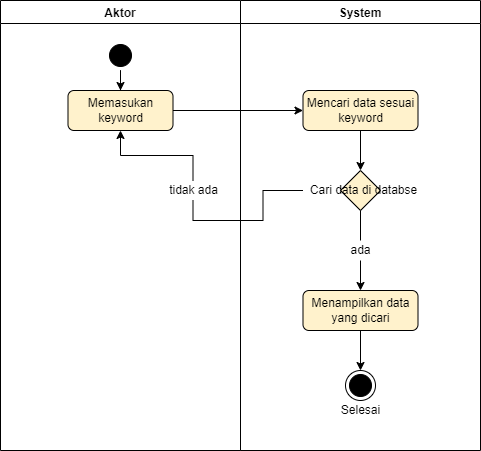
Above: Diagrams/Activity Diagram Registered/AD_RiwayatPertemuan_Search.png in Zkavolo/Classico-Project (draw.io), before the change. Source tidied: cells renumbered, new cells last; positions are measured from the earlier drawing's top-left corner, leaving out a move shared by most shapes. The source it was exported from:
```xml
<mxGraphModel>
  <root>
    <mxCell id="0" />
    <mxCell id="1" parent="0" />
    <mxCell id="2" value="Aktor" style="swimlane;" parent="1" vertex="1">
      <mxGeometry width="240" height="450" as="geometry" />
    </mxCell>
    <mxCell id="3" style="edgeStyle=orthogonalEdgeStyle;rounded=0;jettySize=auto;html=1;" parent="2" edge="1" source="4" target="5">
      <mxGeometry relative="1" as="geometry" />
    </mxCell>
    <mxCell id="4" style="ellipse;html=1;shape=startState;fillColor=#000000;strokeColor=default;" parent="2" vertex="1">
      <mxGeometry x="105" y="40" width="30" height="30" as="geometry" />
    </mxCell>
    <mxCell id="5" value="Memasukan keyword" style="rounded=1;whiteSpace=wrap;html=1;fillColor=#fff2cc;strokeColor=#000000;gradientColor=none;" parent="2" vertex="1">
      <mxGeometry x="67.5" y="90" width="105" height="40" as="geometry" />
    </mxCell>
    <mxCell id="6" value="System" style="swimlane;" parent="1" vertex="1">
      <mxGeometry x="240" width="240" height="450" as="geometry" />
    </mxCell>
    <mxCell id="7" style="edgeStyle=orthogonalEdgeStyle;rounded=0;jettySize=auto;html=1;" parent="6" edge="1" source="8" target="9">
      <mxGeometry relative="1" as="geometry" />
    </mxCell>
    <mxCell id="8" value="Mencari data sesuai keyword" style="rounded=1;whiteSpace=wrap;html=1;fillColor=#fff2cc;strokeColor=#000000;gradientColor=none;" parent="6" vertex="1">
      <mxGeometry x="62.5" y="90" width="115" height="40" as="geometry" />
    </mxCell>
    <mxCell id="9" style="rhombus;whiteSpace=wrap;html=1;fillColor=#fff2cc;strokeColor=default;" parent="6" vertex="1">
      <mxGeometry x="100" y="170" width="40" height="40" as="geometry" />
    </mxCell>
    <mxCell id="10" style="edgeStyle=orthogonalEdgeStyle;rounded=0;jettySize=auto;html=1;startArrow=none;" parent="6" edge="1" source="14" target="13">
      <mxGeometry relative="1" as="geometry" />
    </mxCell>
    <mxCell id="11" value="Cari data di databse" style="text;html=1;align=center;verticalAlign=middle;points=[];strokeColor=none;fillColor=none;" parent="6" vertex="1">
      <mxGeometry x="62.5" y="180" width="120" height="20" as="geometry" />
    </mxCell>
    <mxCell id="12" style="edgeStyle=orthogonalEdgeStyle;rounded=0;jettySize=auto;html=1;entryX=0.5;entryY=0;entryDx=0;entryDy=0;" parent="6" edge="1" source="13" target="16">
      <mxGeometry relative="1" as="geometry" />
    </mxCell>
    <mxCell id="13" value="Menampilkan data yang dicari" style="rounded=1;whiteSpace=wrap;html=1;fillColor=#fff2cc;strokeColor=#000000;gradientColor=none;" parent="6" vertex="1">
      <mxGeometry x="62.5" y="290" width="115" height="40" as="geometry" />
    </mxCell>
    <mxCell id="14" value="ada" style="text;html=1;align=center;verticalAlign=middle;points=[];strokeColor=none;fillColor=none;" parent="6" vertex="1">
      <mxGeometry x="100" y="240" width="40" height="20" as="geometry" />
    </mxCell>
    <mxCell id="15" style="edgeStyle=orthogonalEdgeStyle;rounded=0;jettySize=auto;html=1;endArrow=none;exitX=0.5;exitY=1;exitDx=0;exitDy=0;" parent="6" edge="1" source="9" target="14">
      <mxGeometry relative="1" as="geometry" />
    </mxCell>
    <mxCell id="16" style="ellipse;html=1;shape=endState;fillColor=#000000;strokeColor=default;" parent="6" vertex="1">
      <mxGeometry x="105" y="370" width="30" height="30" as="geometry" />
    </mxCell>
    <mxCell id="17" value="Selesai" style="text;html=1;align=center;verticalAlign=middle;strokeColor=none;fillColor=none;" parent="6" vertex="1">
      <mxGeometry x="95" y="400" width="50" height="20" as="geometry" />
    </mxCell>
    <mxCell id="18" style="edgeStyle=orthogonalEdgeStyle;rounded=0;jettySize=auto;html=1;" parent="1" edge="1" source="5" target="8">
      <mxGeometry relative="1" as="geometry" />
    </mxCell>
    <mxCell id="19" style="edgeStyle=orthogonalEdgeStyle;rounded=0;jettySize=auto;html=1;entryX=0.5;entryY=1;entryDx=0;entryDy=0;startArrow=none;" parent="1" edge="1" source="20" target="5">
      <mxGeometry relative="1" as="geometry" />
    </mxCell>
    <mxCell id="20" value="tidak ada" style="text;html=1;align=center;verticalAlign=middle;points=[];strokeColor=none;fillColor=none;" parent="1" vertex="1">
      <mxGeometry x="162.5" y="180" width="60" height="20" as="geometry" />
    </mxCell>
    <mxCell id="21" style="edgeStyle=orthogonalEdgeStyle;rounded=0;jettySize=auto;html=1;entryX=0.5;entryY=1;entryDx=0;entryDy=0;endArrow=none;" parent="1" edge="1" source="11" target="20">
      <mxGeometry relative="1" as="geometry" />
    </mxCell>
  </root>
</mxGraphModel>
```
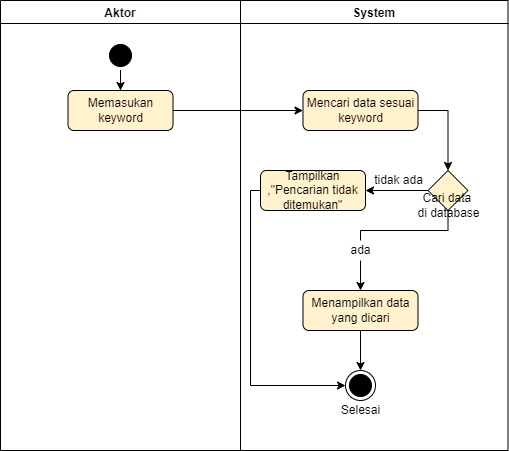
Above is the later version.

Diff of the diagram source:
```diff
@@ -15,7 +15,7 @@
       <mxGeometry x="67.5" y="90" width="105" height="40" as="geometry" />
     </mxCell>
     <mxCell id="6" value="System" style="swimlane;" parent="1" vertex="1">
-      <mxGeometry x="240" width="240" height="450" as="geometry" />
+      <mxGeometry x="240" width="267.5" height="450" as="geometry" />
     </mxCell>
     <mxCell id="7" style="edgeStyle=orthogonalEdgeStyle;rounded=0;jettySize=auto;html=1;" parent="6" edge="1" source="8" target="9">
       <mxGeometry relative="1" as="geometry" />
@@ -24,14 +24,11 @@
       <mxGeometry x="62.5" y="90" width="115" height="40" as="geometry" />
     </mxCell>
     <mxCell id="9" style="rhombus;whiteSpace=wrap;html=1;fillColor=#fff2cc;strokeColor=default;" parent="6" vertex="1">
-      <mxGeometry x="100" y="170" width="40" height="40" as="geometry" />
+      <mxGeometry x="187.5" y="170" width="40" height="40" as="geometry" />
     </mxCell>
     <mxCell id="10" style="edgeStyle=orthogonalEdgeStyle;rounded=0;jettySize=auto;html=1;startArrow=none;" parent="6" edge="1" source="14" target="13">
       <mxGeometry relative="1" as="geometry" />
     </mxCell>
-    <mxCell id="11" value="Cari data di databse" style="text;html=1;align=center;verticalAlign=middle;points=[];strokeColor=none;fillColor=none;" parent="6" vertex="1">
-      <mxGeometry x="62.5" y="180" width="120" height="20" as="geometry" />
-    </mxCell>
     <mxCell id="12" style="edgeStyle=orthogonalEdgeStyle;rounded=0;jettySize=auto;html=1;entryX=0.5;entryY=0;entryDx=0;entryDy=0;" parent="6" edge="1" source="13" target="16">
       <mxGeometry relative="1" as="geometry" />
     </mxCell>
@@ -42,7 +39,12 @@
       <mxGeometry x="100" y="240" width="40" height="20" as="geometry" />
     </mxCell>
     <mxCell id="15" style="edgeStyle=orthogonalEdgeStyle;rounded=0;jettySize=auto;html=1;endArrow=none;exitX=0.5;exitY=1;exitDx=0;exitDy=0;" parent="6" edge="1" source="9" target="14">
-      <mxGeometry relative="1" as="geometry" />
+      <mxGeometry relative="1" as="geometry">
+        <Array as="points">
+          <mxPoint x="208" y="230" />
+          <mxPoint x="120" y="230" />
+        </Array>
+      </mxGeometry>
     </mxCell>
     <mxCell id="16" style="ellipse;html=1;shape=endState;fillColor=#000000;strokeColor=default;" parent="6" vertex="1">
       <mxGeometry x="105" y="370" width="30" height="30" as="geometry" />
@@ -50,17 +52,28 @@
     <mxCell id="17" value="Selesai" style="text;html=1;align=center;verticalAlign=middle;strokeColor=none;fillColor=none;" parent="6" vertex="1">
       <mxGeometry x="95" y="400" width="50" height="20" as="geometry" />
     </mxCell>
+    <mxCell id="20" value="tidak ada" style="text;html=1;align=center;verticalAlign=middle;points=[];strokeColor=none;fillColor=none;" parent="6" vertex="1">
+      <mxGeometry x="127.5" y="170" width="60" height="20" as="geometry" />
+    </mxCell>
+    <mxCell id="11" value="Cari data &lt;br&gt;di database" style="text;html=1;align=center;verticalAlign=middle;points=[];strokeColor=none;fillColor=none;" parent="6" vertex="1">
+      <mxGeometry x="167.5" y="190" width="80" height="30" as="geometry" />
+    </mxCell>
     <mxCell id="18" style="edgeStyle=orthogonalEdgeStyle;rounded=0;jettySize=auto;html=1;" parent="1" edge="1" source="5" target="8">
       <mxGeometry relative="1" as="geometry" />
     </mxCell>
-    <mxCell id="19" style="edgeStyle=orthogonalEdgeStyle;rounded=0;jettySize=auto;html=1;entryX=0.5;entryY=1;entryDx=0;entryDy=0;startArrow=none;" parent="1" edge="1" source="20" target="5">
-      <mxGeometry relative="1" as="geometry" />
-    </mxCell>
-    <mxCell id="20" value="tidak ada" style="text;html=1;align=center;verticalAlign=middle;points=[];strokeColor=none;fillColor=none;" parent="1" vertex="1">
-      <mxGeometry x="162.5" y="180" width="60" height="20" as="geometry" />
-    </mxCell>
-    <mxCell id="21" style="edgeStyle=orthogonalEdgeStyle;rounded=0;jettySize=auto;html=1;entryX=0.5;entryY=1;entryDx=0;entryDy=0;endArrow=none;" parent="1" edge="1" source="11" target="20">
-      <mxGeometry relative="1" as="geometry" />
-    </mxCell>
+    <mxCell id="22" style="edgeStyle=orthogonalEdgeStyle;rounded=0;jettySize=auto;html=1;entryX=0;entryY=0.5;entryDx=0;entryDy=0;" parent="1" edge="1" source="23" target="16">
+      <mxGeometry relative="1" as="geometry">
+        <Array as="points">
+          <mxPoint x="250" y="190" />
+          <mxPoint x="250" y="385" />
+        </Array>
+      </mxGeometry>
+    </mxCell>
+    <mxCell id="23" value="Tampilkan ,&quot;Pencarian tidak ditemukan&quot;" style="rounded=1;whiteSpace=wrap;html=1;fillColor=#fff2cc;strokeColor=#000000;gradientColor=none;" parent="1" vertex="1">
+      <mxGeometry x="260" y="170" width="105" height="40" as="geometry" />
+    </mxCell>
+    <mxCell id="24" style="edgeStyle=orthogonalEdgeStyle;rounded=0;jettySize=auto;html=1;entryX=1;entryY=0.5;entryDx=0;entryDy=0;" parent="1" edge="1" source="9" target="23">
+      <mxGeometry relative="1" as="geometry" />
+    </mxCell>
   </root>
 </mxGraphModel>
```
